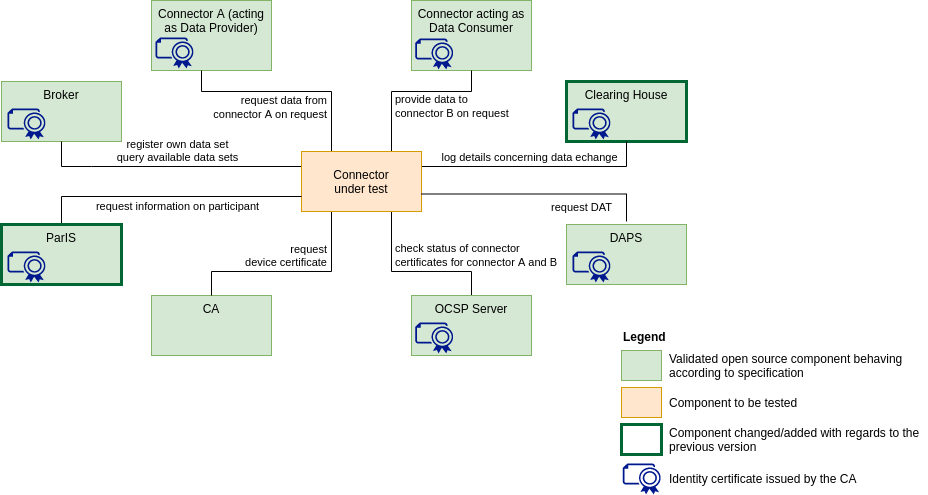
The draw.io diagram pictures/Testbed_1.X.png in International-Data-Spaces-Association/IDS-testbed, before a commit. Source tidied: cells renumbered, new cells last; positions are measured from the earlier drawing's top-left corner, leaving out a move shared by most shapes.
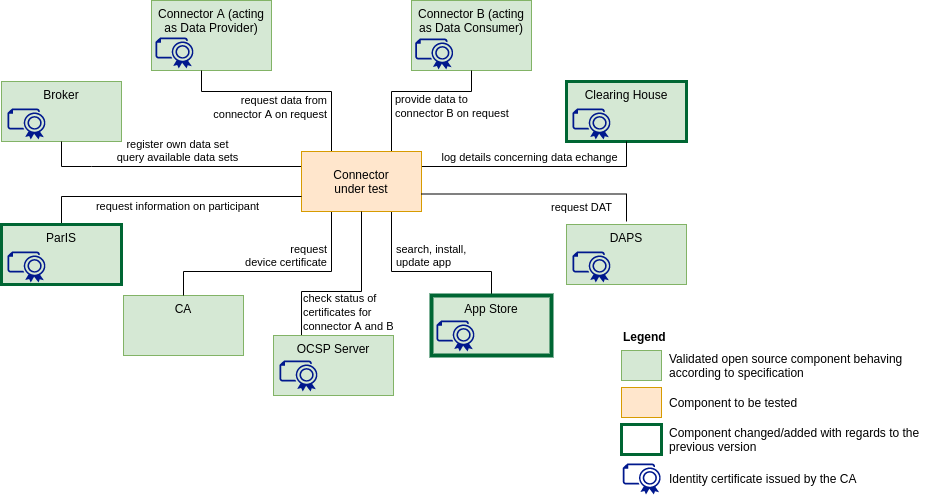
The same diagram one commit later.

Diff of the diagram source:
```diff
@@ -3,7 +3,7 @@
     <mxCell id="0" />
     <mxCell id="1" parent="0" />
     <mxCell id="2" value="CA" style="rounded=0;whiteSpace=wrap;html=1;fillColor=#d5e8d4;strokeColor=#82b366;verticalAlign=top;" parent="1" vertex="1">
-      <mxGeometry x="150" y="295" width="120" height="60" as="geometry" />
+      <mxGeometry x="122" y="295" width="120" height="60" as="geometry" />
     </mxCell>
     <mxCell id="3" value="Clearing House" style="rounded=0;whiteSpace=wrap;html=1;fillColor=#d5e8d4;verticalAlign=top;strokeColor=#006633;strokeWidth=3;" parent="1" vertex="1">
       <mxGeometry x="565" y="81" width="120" height="60" as="geometry" />
@@ -11,7 +11,7 @@
     <mxCell id="4" value="Connector A (acting as Data Provider)" style="rounded=0;whiteSpace=wrap;html=1;fillColor=#d5e8d4;strokeColor=#82b366;verticalAlign=top;" parent="1" vertex="1">
       <mxGeometry x="150" width="120" height="70" as="geometry" />
     </mxCell>
-    <mxCell id="5" value="Connector acting as Data Consumer" style="rounded=0;whiteSpace=wrap;html=1;fillColor=#d5e8d4;strokeColor=#82b366;verticalAlign=top;" parent="1" vertex="1">
+    <mxCell id="5" value="Connector B (acting as Data Consumer)" style="rounded=0;whiteSpace=wrap;html=1;fillColor=#d5e8d4;strokeColor=#82b366;verticalAlign=top;" parent="1" vertex="1">
       <mxGeometry x="410" width="120" height="70" as="geometry" />
     </mxCell>
     <mxCell id="6" value="Broker" style="rounded=0;whiteSpace=wrap;html=1;fillColor=#d5e8d4;strokeColor=#82b366;verticalAlign=top;" parent="1" vertex="1">
@@ -48,18 +48,18 @@
       <mxGeometry x="-0.66" y="-10" relative="1" as="geometry">
         <Array as="points">
           <mxPoint x="330" y="271" />
-          <mxPoint x="210" y="271" />
+          <mxPoint x="182" y="271" />
         </Array>
       </mxGeometry>
     </mxCell>
-    <mxCell id="12" style="edgeStyle=orthogonalEdgeStyle;rounded=0;jettySize=auto;html=1;endArrow=none;endFill=0;align=right;" parent="1" edge="1" source="13" target="25">
-      <mxGeometry relative="1" as="geometry">
-        <Array as="points">
-          <mxPoint x="390" y="271" />
-          <mxPoint x="470" y="271" />
-        </Array>
-      </mxGeometry>
-    </mxCell>
+    <mxCell id="40" style="edgeStyle=orthogonalEdgeStyle;rounded=0;jettySize=auto;html=1;entryX=0.5;entryY=0;entryDx=0;entryDy=0;endArrow=none;endFill=0;" parent="1" edge="1" source="13" target="42">
+      <mxGeometry relative="1" as="geometry">
+        <Array as="points">
+          <mxPoint x="390" y="271" />
+          <mxPoint x="490" y="271" />
+        </Array>
+      </mxGeometry>
+    </mxCell>
     <mxCell id="13" value="Connector&lt;br&gt;under test" style="rounded=0;whiteSpace=wrap;html=1;fillColor=#ffe6cc;strokeColor=#d79b00;" parent="1" vertex="1">
       <mxGeometry x="300" y="151" width="120" height="60" as="geometry" />
     </mxCell>
@@ -96,21 +96,26 @@
     <mxCell id="24" style="shadow=0;dashed=0;html=1;strokeColor=none;labelPosition=center;verticalLabelPosition=bottom;verticalAlign=top;align=center;fillColor=#00188D;shape=mxgraph.azure.certificate;" parent="1" vertex="1">
       <mxGeometry x="571" y="108" width="38.8" height="31" as="geometry" />
     </mxCell>
+    <mxCell id="41" style="edgeStyle=orthogonalEdgeStyle;rounded=0;jettySize=auto;html=1;endArrow=none;endFill=0;" parent="1" edge="1" source="25" target="13">
+      <mxGeometry relative="1" as="geometry">
+        <Array as="points">
+          <mxPoint x="300" y="291" />
+          <mxPoint x="360" y="291" />
+        </Array>
+      </mxGeometry>
+    </mxCell>
     <mxCell id="25" value="OCSP Server" style="rounded=0;whiteSpace=wrap;html=1;fillColor=#d5e8d4;strokeColor=#82b366;verticalAlign=top;" parent="1" vertex="1">
-      <mxGeometry x="410" y="295" width="120" height="60" as="geometry" />
+      <mxGeometry x="272" y="335" width="120" height="60" as="geometry" />
     </mxCell>
     <mxCell id="26" value="&lt;span style=&quot;color: rgb(0, 0, 0); font-family: helvetica; font-size: 11px; font-style: normal; font-weight: 400; letter-spacing: normal; text-indent: 0px; text-transform: none; word-spacing: 0px; background-color: rgb(255, 255, 255); display: inline; float: none;&quot;&gt;request data from&lt;/span&gt;&lt;br style=&quot;color: rgb(0, 0, 0); font-family: helvetica; font-size: 11px; font-style: normal; font-weight: 400; letter-spacing: normal; text-indent: 0px; text-transform: none; word-spacing: 0px;&quot;&gt;&lt;span style=&quot;color: rgb(0, 0, 0); font-family: helvetica; font-size: 11px; font-style: normal; font-weight: 400; letter-spacing: normal; text-indent: 0px; text-transform: none; word-spacing: 0px; background-color: rgb(255, 255, 255); display: inline; float: none;&quot;&gt;connector A on request&lt;/span&gt;" style="text;whiteSpace=wrap;html=1;align=right;" parent="1" vertex="1">
       <mxGeometry x="187.8" y="86" width="140" height="40" as="geometry" />
     </mxCell>
     <mxCell id="27" style="shadow=0;dashed=0;html=1;strokeColor=none;labelPosition=center;verticalLabelPosition=bottom;verticalAlign=top;align=center;fillColor=#00188D;shape=mxgraph.azure.certificate;" parent="1" vertex="1">
-      <mxGeometry x="413.8" y="322" width="38.8" height="31" as="geometry" />
+      <mxGeometry x="278" y="360" width="38.8" height="31" as="geometry" />
     </mxCell>
     <mxCell id="28" value="&lt;meta charset=&quot;utf-8&quot;&gt;&lt;span style=&quot;color: rgb(0, 0, 0); font-family: helvetica; font-size: 11px; font-style: normal; font-weight: 400; letter-spacing: normal; text-align: left; text-indent: 0px; text-transform: none; word-spacing: 0px; background-color: rgb(255, 255, 255); display: inline; float: none;&quot;&gt;provide data to&lt;/span&gt;&lt;br style=&quot;color: rgb(0, 0, 0); font-family: helvetica; font-size: 11px; font-style: normal; font-weight: 400; letter-spacing: normal; text-align: left; text-indent: 0px; text-transform: none; word-spacing: 0px;&quot;&gt;&lt;span style=&quot;color: rgb(0, 0, 0); font-family: helvetica; font-size: 11px; font-style: normal; font-weight: 400; letter-spacing: normal; text-align: left; text-indent: 0px; text-transform: none; word-spacing: 0px; background-color: rgb(255, 255, 255); display: inline; float: none;&quot;&gt;connector B on request&lt;/span&gt;" style="text;whiteSpace=wrap;html=1;" parent="1" vertex="1">
       <mxGeometry x="392" y="85" width="140" height="40" as="geometry" />
     </mxCell>
-    <mxCell id="29" value="&lt;meta charset=&quot;utf-8&quot;&gt;&lt;span style=&quot;color: rgb(0, 0, 0); font-family: helvetica; font-size: 11px; font-style: normal; font-weight: 400; letter-spacing: normal; text-align: left; text-indent: 0px; text-transform: none; word-spacing: 0px; background-color: rgb(255, 255, 255); display: inline; float: none;&quot;&gt;check status of connector&lt;/span&gt;&lt;br style=&quot;color: rgb(0, 0, 0); font-family: helvetica; font-size: 11px; font-style: normal; font-weight: 400; letter-spacing: normal; text-align: left; text-indent: 0px; text-transform: none; word-spacing: 0px;&quot;&gt;&lt;span style=&quot;color: rgb(0, 0, 0); font-family: helvetica; font-size: 11px; font-style: normal; font-weight: 400; letter-spacing: normal; text-align: left; text-indent: 0px; text-transform: none; word-spacing: 0px; background-color: rgb(255, 255, 255); display: inline; float: none;&quot;&gt;certificates for connector A and B&lt;/span&gt;" style="text;whiteSpace=wrap;html=1;" parent="1" vertex="1">
-      <mxGeometry x="392" y="234" width="190" height="40" as="geometry" />
-    </mxCell>
     <mxCell id="30" value="&lt;meta charset=&quot;utf-8&quot;&gt;&lt;div style=&quot;color: rgb(0, 0, 0); font-family: helvetica; font-size: 11px; font-style: normal; font-weight: 400; letter-spacing: normal; text-align: right; text-indent: 0px; text-transform: none; word-spacing: 0px;&quot;&gt;request&lt;/div&gt;&lt;div style=&quot;color: rgb(0, 0, 0); font-family: helvetica; font-size: 11px; font-style: normal; font-weight: 400; letter-spacing: normal; text-align: right; text-indent: 0px; text-transform: none; word-spacing: 0px;&quot;&gt;device&amp;nbsp;certificate&lt;/div&gt;" style="text;whiteSpace=wrap;html=1;" parent="1" vertex="1">
       <mxGeometry x="242" y="236" width="110" height="40" as="geometry" />
     </mxCell>
@@ -150,5 +155,17 @@
     <mxCell id="39" value="Component changed/added with regards to the previous version" style="text;html=1;strokeColor=none;fillColor=none;align=left;verticalAlign=middle;whiteSpace=wrap;rounded=0;" parent="1" vertex="1">
       <mxGeometry x="666" y="424" width="260" height="30" as="geometry" />
     </mxCell>
+    <mxCell id="42" value="App Store" style="rounded=0;whiteSpace=wrap;html=1;fillColor=#d5e8d4;verticalAlign=top;strokeWidth=4;strokeColor=#006633;" parent="1" vertex="1">
+      <mxGeometry x="430" y="295" width="120" height="60" as="geometry" />
+    </mxCell>
+    <mxCell id="43" style="shadow=0;dashed=0;html=1;strokeColor=none;labelPosition=center;verticalLabelPosition=bottom;verticalAlign=top;align=center;fillColor=#00188D;shape=mxgraph.azure.certificate;" parent="1" vertex="1">
+      <mxGeometry x="435" y="320" width="38.8" height="31" as="geometry" />
+    </mxCell>
+    <mxCell id="29" value="&lt;span style=&quot;color: rgb(0 , 0 , 0) ; font-family: &amp;#34;helvetica&amp;#34; ; font-size: 11px ; font-style: normal ; font-weight: 400 ; letter-spacing: normal ; text-align: left ; text-indent: 0px ; text-transform: none ; word-spacing: 0px ; background-color: rgb(255 , 255 , 255) ; display: inline ; float: none&quot;&gt;check status of&lt;/span&gt;&lt;br style=&quot;color: rgb(0 , 0 , 0) ; font-family: &amp;#34;helvetica&amp;#34; ; font-size: 11px ; font-style: normal ; font-weight: 400 ; letter-spacing: normal ; text-align: left ; text-indent: 0px ; text-transform: none ; word-spacing: 0px&quot;&gt;&lt;span style=&quot;color: rgb(0 , 0 , 0) ; font-family: &amp;#34;helvetica&amp;#34; ; font-size: 11px ; font-style: normal ; font-weight: 400 ; letter-spacing: normal ; text-align: left ; text-indent: 0px ; text-transform: none ; word-spacing: 0px ; background-color: rgb(255 , 255 , 255) ; display: inline ; float: none&quot;&gt;certificates for &lt;br&gt;connector A and B&lt;/span&gt;" style="text;whiteSpace=wrap;html=1;" parent="1" vertex="1">
+      <mxGeometry x="300" y="284" width="110" height="40" as="geometry" />
+    </mxCell>
+    <mxCell id="44" value="&lt;div style=&quot;color: rgb(0 , 0 , 0) ; font-family: &amp;#34;helvetica&amp;#34; ; font-size: 11px ; font-style: normal ; font-weight: 400 ; letter-spacing: normal ; text-indent: 0px ; text-transform: none ; word-spacing: 0px&quot;&gt;search, install,&lt;br&gt;update app&lt;/div&gt;" style="text;whiteSpace=wrap;html=1;align=left;" parent="1" vertex="1">
+      <mxGeometry x="393.4" y="236" width="110" height="40" as="geometry" />
+    </mxCell>
   </root>
 </mxGraphModel>
```
